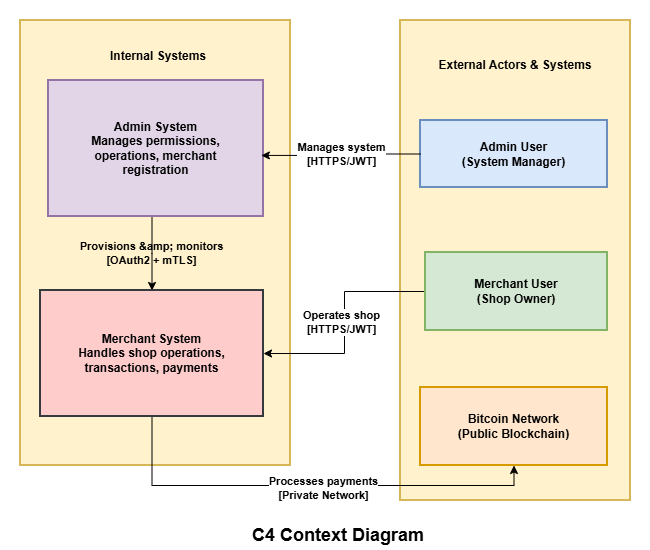
This is docs/C4 Context Diagram.png from NaimKhan/CodeLab_InfraSRE_Engineer_Final_Test, a draw.io export, as it was before one commit. Source tidied: cells renumbered, new cells last; positions are measured from the earlier drawing's top-left corner, leaving out a move shared by most shapes.
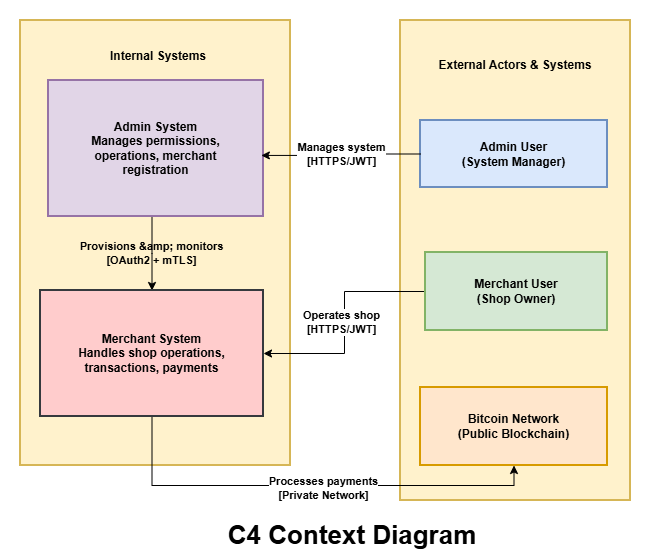
Later version of the same file.

Commit message:
Improve diagram -v2

What changed in the source:
```diff
@@ -64,10 +64,10 @@
       <mxGeometry x="102.5" y="41" width="110" height="30" as="geometry" />
     </mxCell>
     <mxCell id="19" style="rounded=0;whiteSpace=wrap;html=1;fillColor=none;strokeColor=none;" parent="1" vertex="1">
-      <mxGeometry width="650" height="550" as="geometry" />
+      <mxGeometry width="650" height="560" as="geometry" />
     </mxCell>
-    <mxCell id="20" value="&lt;b&gt;&lt;font style=&quot;font-size: 18px;&quot;&gt;C4 Context Diagram&lt;/font&gt;&lt;/b&gt;" style="text;html=1;whiteSpace=wrap;strokeColor=none;fillColor=none;align=center;verticalAlign=middle;rounded=0;" parent="1" vertex="1">
-      <mxGeometry x="212.5" y="520" width="250" height="30" as="geometry" />
+    <mxCell id="20" value="&lt;b&gt;&lt;font style=&quot;font-size: 26px;&quot;&gt;C4 Context Diagram&lt;/font&gt;&lt;/b&gt;" style="text;html=1;whiteSpace=wrap;strokeColor=none;fillColor=none;align=center;verticalAlign=middle;rounded=0;" parent="1" vertex="1">
+      <mxGeometry x="212.5" y="520" width="277.5" height="30" as="geometry" />
     </mxCell>
   </root>
 </mxGraphModel>
```
